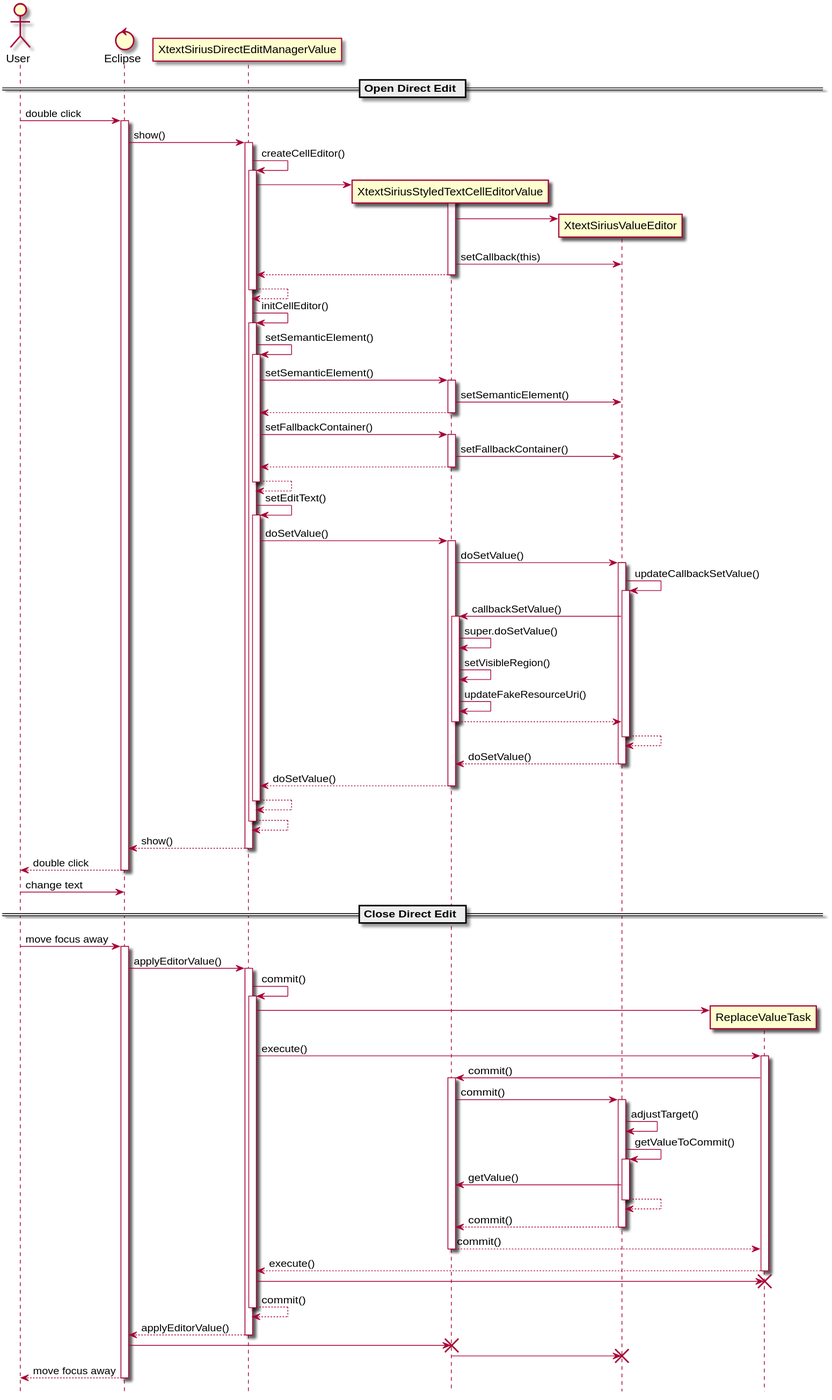
Earlier version of the PlantUML export doc/com.altran.general.integration.xtextsirius.doc/value-direct-edit.svg (altran-mde/xtext-sirius-integration).
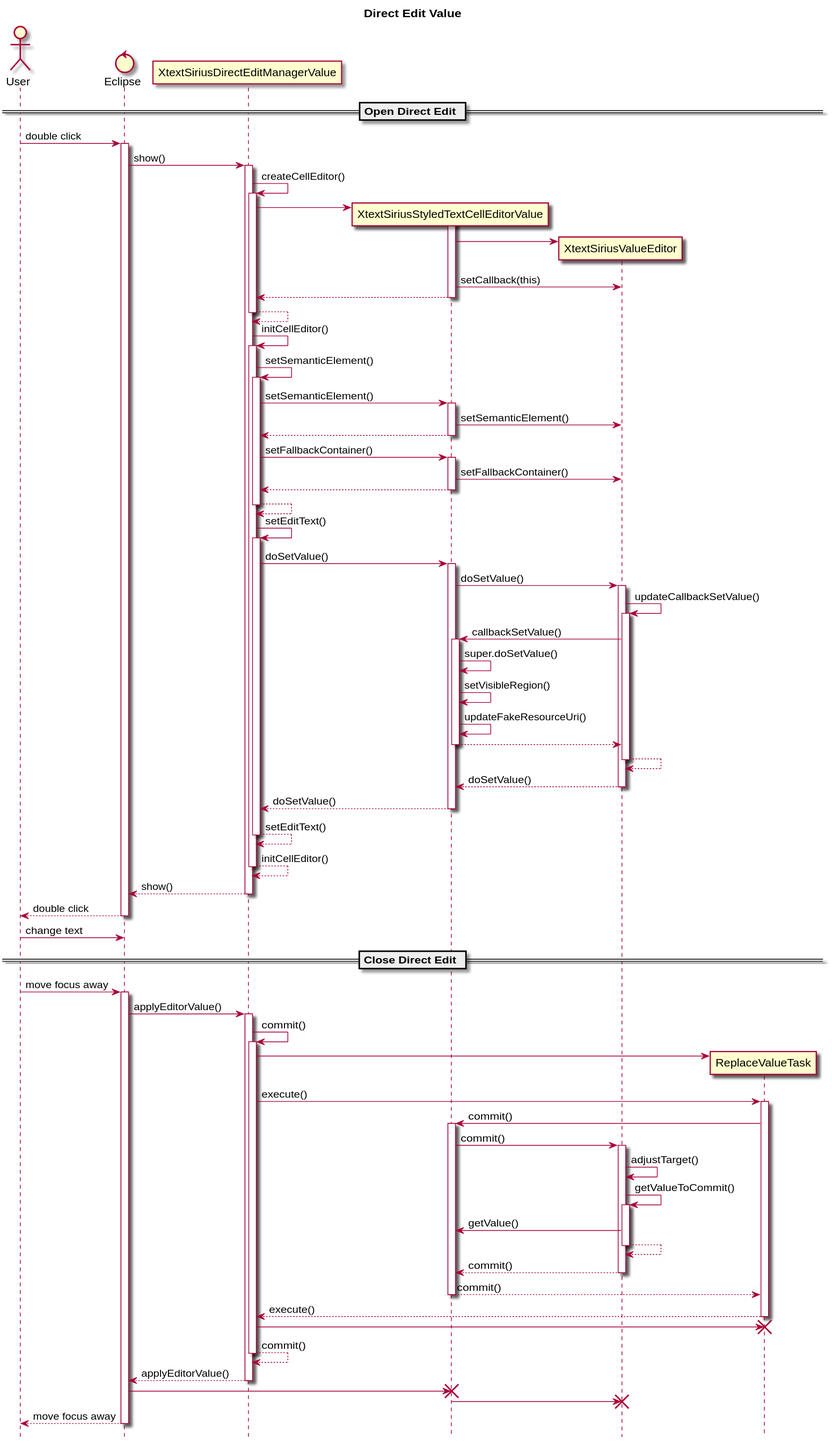
The same file after the commit.

Commit message:
finished sequence diagrams for internal flow

Diff of the diagram source:
```diff
@@ -11,65 +11,50 @@
 
 participant ReplaceValueTask as replaceValueTask
 
+title Direct Edit Value
+
 == Open Direct Edit ==
 
 user -> eclipse ++: double click
 
-eclipse -> editMgr ++: show()
+	eclipse -> editMgr ++: show()
 
-editMgr -> editMgr ++: createCellEditor()
+		editMgr -> editMgr ++: createCellEditor()
+			editMgr -> cellEditor **
+			activate cellEditor
+				cellEditor -> valueEditor **
+				cellEditor -> valueEditor: setCallback(this)
+			return
+		return
 
-editMgr -> cellEditor **
-activate cellEditor
+		editMgr -> editMgr ++: initCellEditor()
 
-cellEditor -> valueEditor **
-cellEditor -> valueEditor: setCallback(this)
+			editMgr -> editMgr ++: setSemanticElement()
+				editMgr -> cellEditor ++: setSemanticElement()
+					cellEditor -> valueEditor: setSemanticElement()
+				return
 
-return
+				editMgr -> cellEditor ++: setFallbackContainer()
+					cellEditor -> valueEditor: setFallbackContainer()
+				return
+			return
 
-return
+			editMgr -> editMgr ++: setEditText()
+				editMgr -> cellEditor ++: doSetValue()
+					cellEditor -> valueEditor ++: doSetValue()
+						valueEditor -> valueEditor ++: updateCallbackSetValue()
+							valueEditor -> cellEditor ++: callbackSetValue()
+								cellEditor -> cellEditor: super.doSetValue()
+								cellEditor -> cellEditor: setVisibleRegion()
+								cellEditor -> cellEditor: updateFakeResourceUri()
+							return
+						return
+					return doSetValue()
+				return doSetValue()
+			return setEditText()
 
-editMgr -> editMgr ++: initCellEditor()
-
-editMgr -> editMgr ++: setSemanticElement()
-
-editMgr -> cellEditor ++: setSemanticElement()
-cellEditor -> valueEditor: setSemanticElement()
-return
-
-editMgr -> cellEditor ++: setFallbackContainer()
-cellEditor -> valueEditor: setFallbackContainer()
-return
-
-return
-
-editMgr -> editMgr ++: setEditText()
-
-editMgr -> cellEditor ++: doSetValue()
-
-cellEditor -> valueEditor ++: doSetValue()
-valueEditor -> valueEditor ++: updateCallbackSetValue()
-
-valueEditor -> cellEditor ++: callbackSetValue()
-cellEditor -> cellEditor: super.doSetValue()
-cellEditor -> cellEditor: setVisibleRegion()
-cellEditor -> cellEditor: updateFakeResourceUri()
-
-return
-
-return
-
-
-return doSetValue()
-
-return doSetValue()
-
-return
-
-return
-
-return show()
-
+		return initCellEditor()
+	return show()
 return double click
 
 user -> eclipse: change text
@@ -78,37 +63,25 @@
 
 user -> eclipse ++: move focus away
 
-eclipse -> editMgr ++: applyEditorValue()
-editMgr -> editMgr ++: commit()
+	eclipse -> editMgr ++: applyEditorValue()
+		editMgr -> editMgr ++: commit()
+			editMgr -> replaceValueTask **
+			editMgr -> replaceValueTask ++: execute()
+				replaceValueTask -> cellEditor ++: commit()
+					cellEditor -> valueEditor ++: commit()
+						valueEditor -> valueEditor: adjustTarget()
+						valueEditor -> valueEditor ++: getValueToCommit()
+							valueEditor -> cellEditor: getValue()
+						return
+					return commit()
+				return commit()
+			return execute()
+			editMgr -> replaceValueTask !!
+		return commit()
+	return applyEditorValue()
 
-editMgr -> replaceValueTask **
-
-editMgr -> replaceValueTask ++: execute()
-
-replaceValueTask -> cellEditor ++: commit()
-
-cellEditor -> valueEditor ++: commit()
-
-valueEditor -> valueEditor: adjustTarget()
-
-valueEditor -> valueEditor ++: getValueToCommit()
-valueEditor -> cellEditor: getValue()
-return
-
-return commit()
-
-return commit()
-
-return execute()
-
-editMgr -> replaceValueTask !!
-
-return commit()
-
-return applyEditorValue()
-
-eclipse -> cellEditor !!
-cellEditor -> valueEditor !!
+	eclipse -> cellEditor !!
+	cellEditor -> valueEditor !!
 
 return move focus away
 @enduml
```
